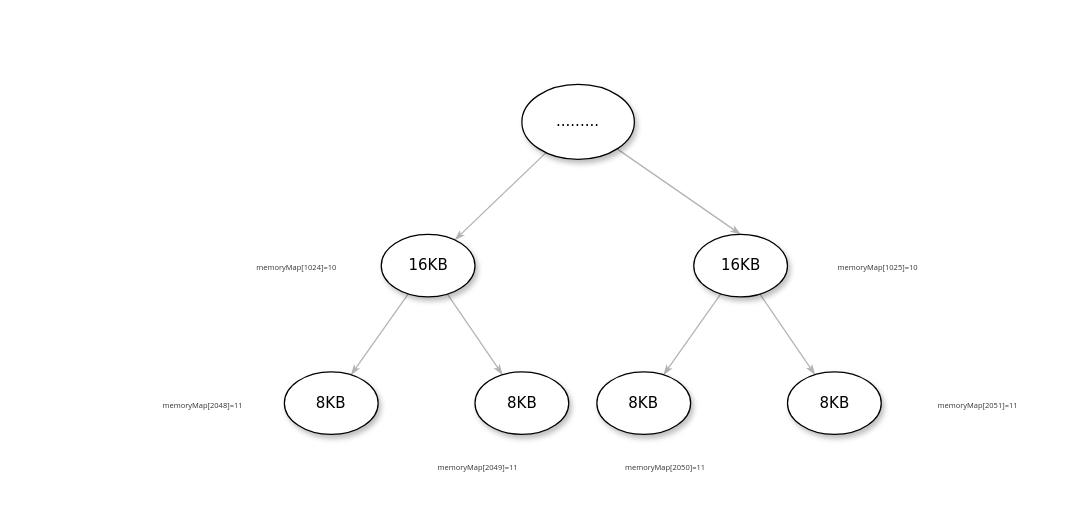
yongliangcode/myArticle keeps this draw.io diagram as Netty系列/平衡二叉树第一次分配.drawio. Above is the earlier version. Source tidied: cells renumbered, new cells numbered last; positions are measured from the earlier drawing's top-left corner, leaving out a move shared by most shapes. Both pictures are drawn from the tidied source at 125%, with x=0, y=0 at pixel (121, 84).
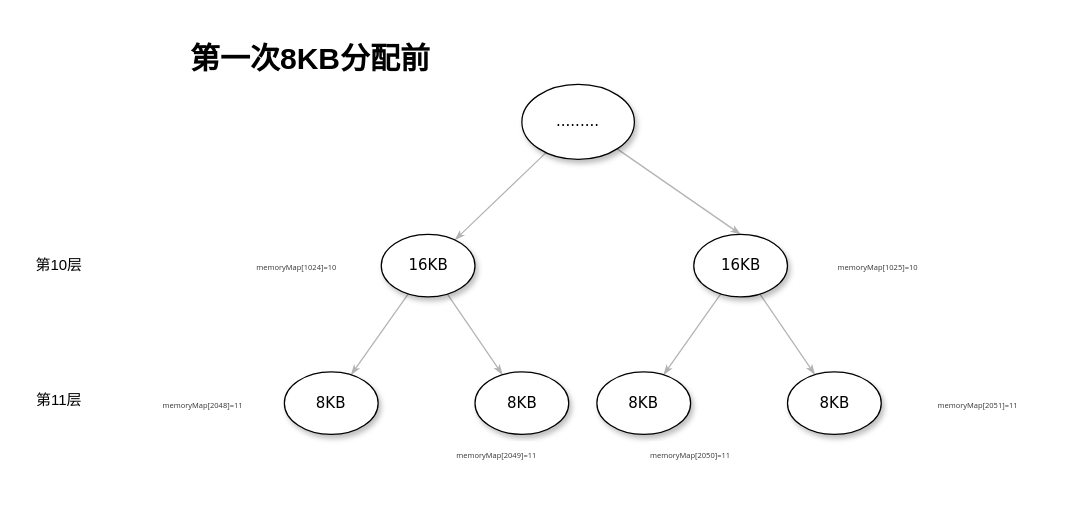
Above is the later version.

Commit message (it also covers changes not shown here):
Update 平衡二叉树第一次分配.drawio

The edit, as a diff of the source:
```diff
@@
     <mxCell id="18" value="&lt;span style=&quot;color: rgb(51 , 51 , 51) ; font-family: &amp;#34;open sans&amp;#34; , &amp;#34;clear sans&amp;#34; , &amp;#34;helvetica neue&amp;#34; , &amp;#34;helvetica&amp;#34; , &amp;#34;arial&amp;#34; , sans-serif ; background-color: rgb(255 , 255 , 255)&quot;&gt;&lt;font style=&quot;font-size: 6px&quot;&gt;memoryMap[2049]=11&lt;/font&gt;&lt;/span&gt;" style="text;html=1;strokeColor=none;fillColor=none;align=center;verticalAlign=middle;whiteSpace=wrap;rounded=0;" parent="1" vertex="1">
-      <mxGeometry x="220" y="290" width="130" height="30" as="geometry" />
+      <mxGeometry x="235" y="280" width="130" height="30" as="geometry" />
     </mxCell>
     <mxCell id="19" value="&lt;span style=&quot;color: rgb(51 , 51 , 51) ; font-family: &amp;#34;open sans&amp;#34; , &amp;#34;clear sans&amp;#34; , &amp;#34;helvetica neue&amp;#34; , &amp;#34;helvetica&amp;#34; , &amp;#34;arial&amp;#34; , sans-serif ; background-color: rgb(255 , 255 , 255)&quot;&gt;&lt;font style=&quot;font-size: 6px&quot;&gt;memoryMap[2050]=11&lt;/font&gt;&lt;/span&gt;" style="text;html=1;strokeColor=none;fillColor=none;align=center;verticalAlign=middle;whiteSpace=wrap;rounded=0;" parent="1" vertex="1">
-      <mxGeometry x="370" y="290" width="130" height="30" as="geometry" />
+      <mxGeometry x="390" y="280" width="130" height="30" as="geometry" />
     </mxCell>
@@
+    <mxCell id="21" value="第10层" style="text;html=1;strokeColor=none;fillColor=none;align=center;verticalAlign=middle;whiteSpace=wrap;rounded=0;" parent="1" vertex="1">
+      <mxGeometry x="-80" y="132.5" width="60" height="25" as="geometry" />
+    </mxCell>
+    <mxCell id="22" value="第11层" style="text;html=1;strokeColor=none;fillColor=none;align=center;verticalAlign=middle;whiteSpace=wrap;rounded=0;" parent="1" vertex="1">
+      <mxGeometry x="-80" y="240" width="60" height="25" as="geometry" />
+    </mxCell>
+    <mxCell id="23" value="&lt;h1&gt;第一次8KB分配前&lt;/h1&gt;" style="text;html=1;strokeColor=none;fillColor=none;spacing=5;spacingTop=-20;whiteSpace=wrap;overflow=hidden;rounded=0;" parent="1" vertex="1">
+      <mxGeometry x="50" y="-40" width="220" height="40" as="geometry" />
+    </mxCell>
```
